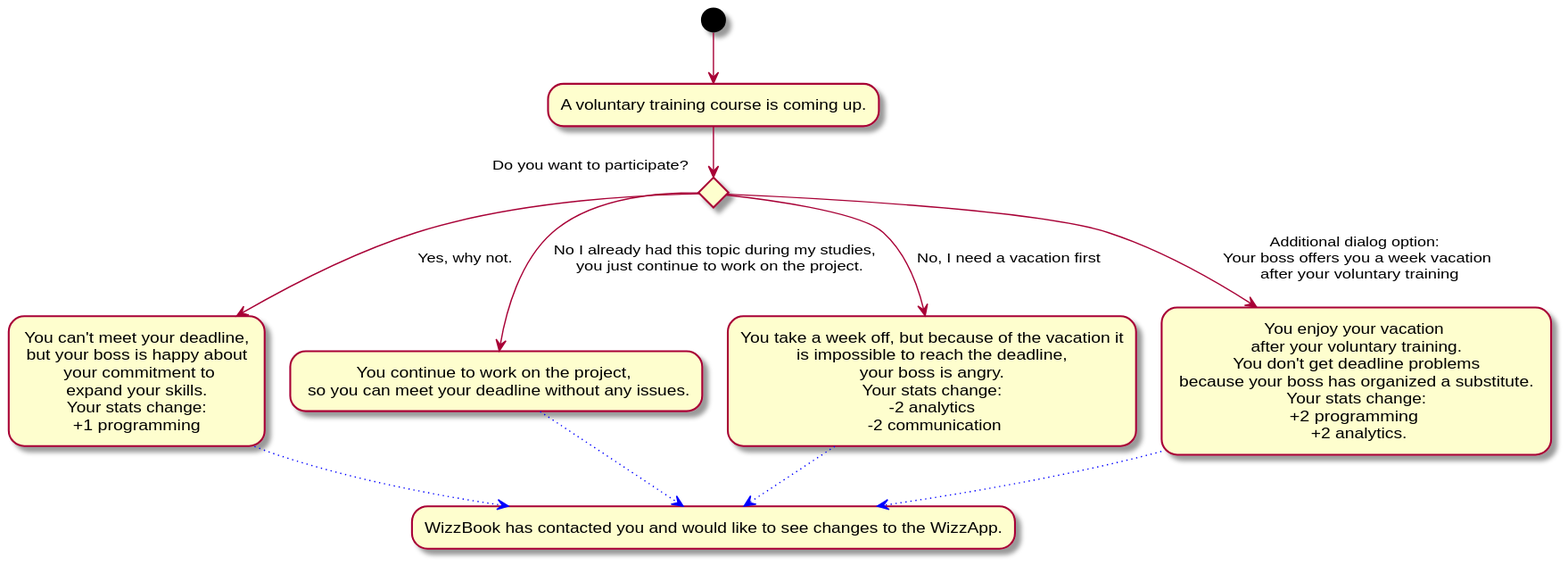
Above: Docs/Technical Specifications/docs/diagrams/StoryFlow/StoryFlow_Decision_9.svg in Brotenko/QualityQuest (PlantUML), before the change.
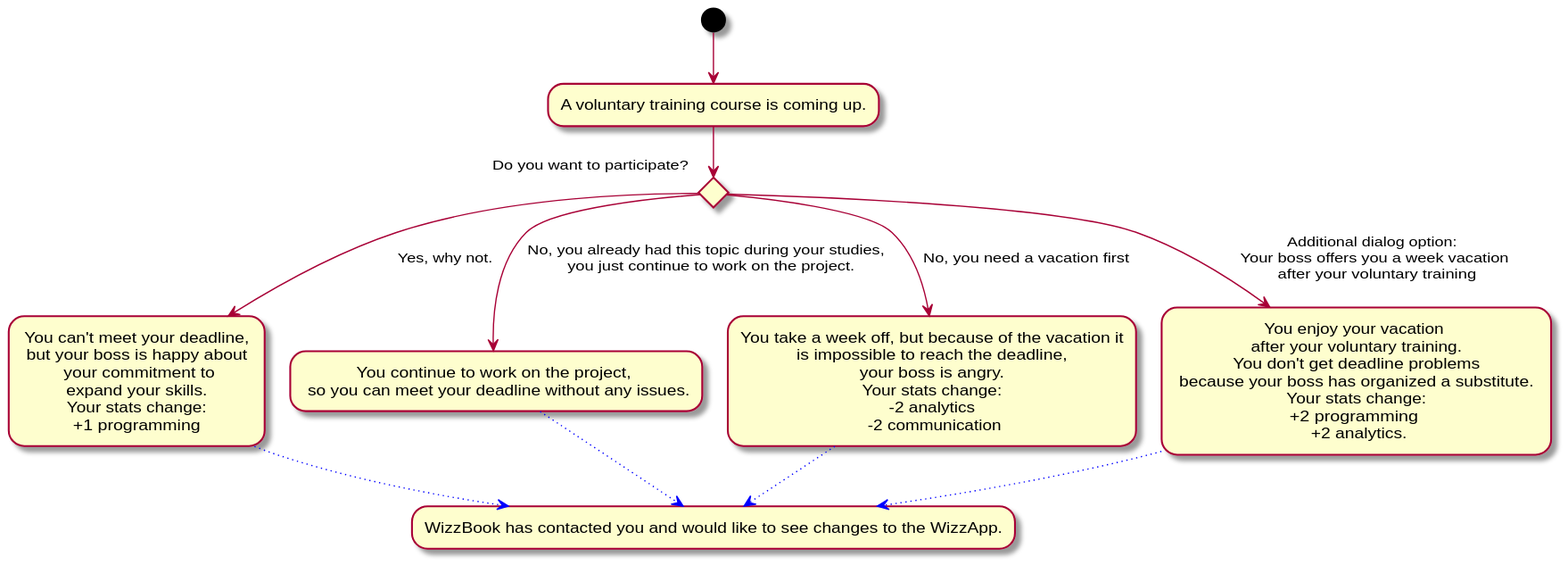
The same diagram one commit later.

The edit, as a diff of the source:
```diff
@@ -4,9 +4,9 @@
 if "Do you want to participate?" then
 --> [Yes, why not.] "You can't meet your deadline,\n but your boss is happy about \n your commitment to\n expand your skills. \n Your stats change: \n+1 programming" as participate
 else
---> [No I already had this topic during my studies, \n you just continue to work on the project.] "You continue to work on the project, \n so you can meet your deadline without any issues." as keepWorking
+--> [No, you already had this topic during your studies, \n you just continue to work on the project.] "You continue to work on the project, \n so you can meet your deadline without any issues." as keepWorking
 else
---> [No, I need a vacation first] "You take a week off, but because of the vacation it\n is impossible to reach the deadline, \n your boss is angry. \n Your stats change: \n -2 analytics \n -2 communication" as vacation
+--> [No, you need a vacation first] "You take a week off, but because of the vacation it\n is impossible to reach the deadline, \n your boss is angry. \n Your stats change: \n -2 analytics \n -2 communication" as vacation
 else
 --> [Additional dialog option: \n Your boss offers you a week vacation \n after your voluntary training] "You enjoy your vacation \n after your voluntary training. \n You don't get deadline problems \n because your boss has organized a substitute. \n Your stats change: \n+2 programming \n +2 analytics."
 endif
```
